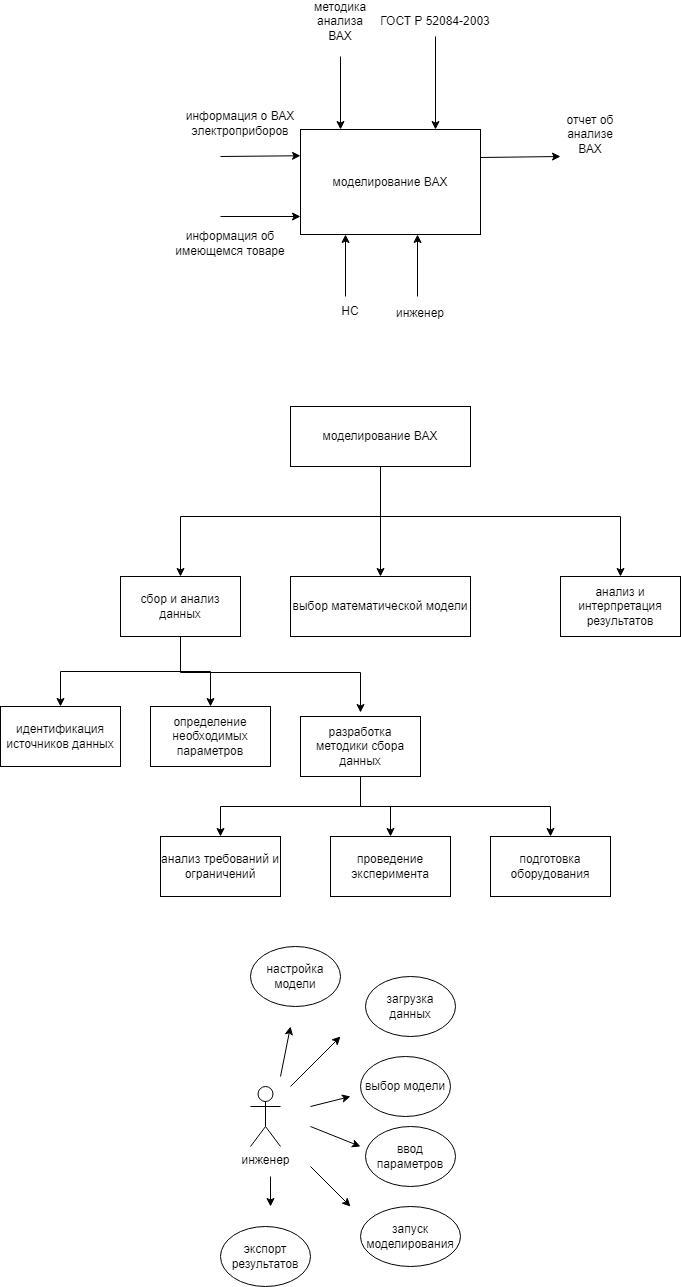
Above: diagram.drawio.png in DiKachura/tppo (draw.io), before the change. Source tidied: cells renumbered, new cells last; positions are measured from the earlier drawing's top-left corner, leaving out a move shared by most shapes.
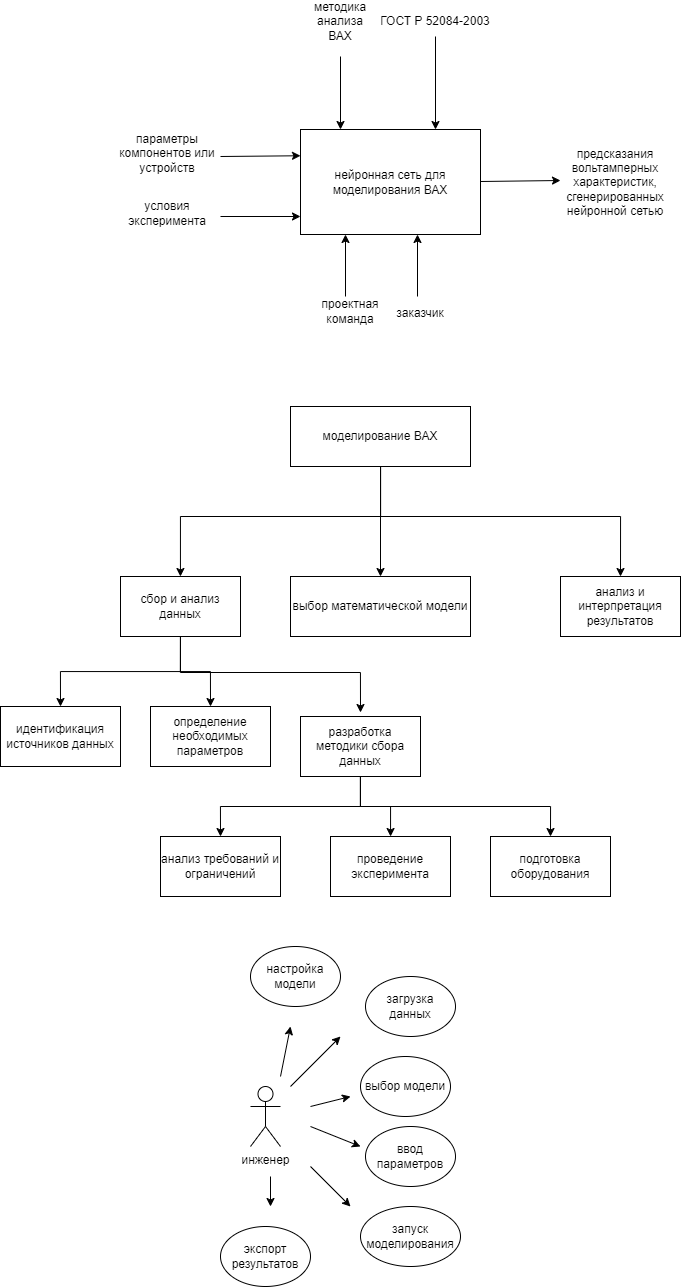
After the change.

Commit message:
Обновление черного ящика

What changed in the source:
```diff
@@ -2,7 +2,7 @@
   <root>
     <mxCell id="0" />
     <mxCell id="1" parent="0" />
-    <mxCell id="2" value="моделирование ВАХ" style="rounded=0;whiteSpace=wrap;html=1;" parent="1" vertex="1">
+    <mxCell id="2" value="нейронная сеть для моделирования ВАХ" style="rounded=0;whiteSpace=wrap;html=1;" parent="1" vertex="1">
       <mxGeometry x="300" y="123" width="180" height="105" as="geometry" />
     </mxCell>
     <mxCell id="3" style="endArrow=classic;html=1;rounded=0;entryX=0;entryY=0.25;entryDx=0;entryDy=0;" parent="1" edge="1" target="2">
@@ -16,19 +16,16 @@
         <mxPoint x="300" y="210" as="targetPoint" />
       </mxGeometry>
     </mxCell>
-    <mxCell id="5" value="информация о ВАХ электроприборов" style="text;html=1;strokeColor=none;fillColor=none;align=center;verticalAlign=middle;whiteSpace=wrap;rounded=0;" parent="1" vertex="1">
-      <mxGeometry x="180" y="90" width="120" height="53" as="geometry" />
+    <mxCell id="5" value="параметры компонентов или устройств" style="text;html=1;strokeColor=none;fillColor=none;align=center;verticalAlign=middle;whiteSpace=wrap;rounded=0;" parent="1" vertex="1">
+      <mxGeometry x="107" y="120.5" width="120" height="53" as="geometry" />
     </mxCell>
-    <mxCell id="6" value="информация об имеющемся товаре" style="text;html=1;strokeColor=none;fillColor=none;align=center;verticalAlign=middle;whiteSpace=wrap;rounded=0;" parent="1" vertex="1">
-      <mxGeometry x="170" y="210" width="120" height="53" as="geometry" />
-    </mxCell>
-    <mxCell id="7" value="НС" style="text;html=1;strokeColor=none;fillColor=none;align=center;verticalAlign=middle;whiteSpace=wrap;rounded=0;" parent="1" vertex="1">
+    <mxCell id="7" value="проектная команда" style="text;html=1;strokeColor=none;fillColor=none;align=center;verticalAlign=middle;whiteSpace=wrap;rounded=0;" parent="1" vertex="1">
       <mxGeometry x="320" y="290" width="60" height="30" as="geometry" />
     </mxCell>
     <mxCell id="8" style="endArrow=classic;html=1;rounded=0;entryX=0;entryY=0.25;entryDx=0;entryDy=0;" parent="1" edge="1">
       <mxGeometry relative="1" as="geometry">
-        <mxPoint x="480" y="151" as="sourcePoint" />
-        <mxPoint x="560" y="150" as="targetPoint" />
+        <mxPoint x="480" y="175" as="sourcePoint" />
+        <mxPoint x="560" y="174" as="targetPoint" />
       </mxGeometry>
     </mxCell>
     <mxCell id="9" style="endArrow=classic;html=1;rounded=0;entryX=0.5;entryY=0;entryDx=0;entryDy=0;" parent="1" edge="1">
@@ -40,8 +37,8 @@
     <mxCell id="10" value="методика анализа ВАХ" style="text;html=1;strokeColor=none;fillColor=none;align=center;verticalAlign=middle;whiteSpace=wrap;rounded=0;" parent="1" vertex="1">
       <mxGeometry x="310" width="60" height="30" as="geometry" />
     </mxCell>
-    <mxCell id="11" value="отчет об анализе ВАХ" style="text;html=1;strokeColor=none;fillColor=none;align=center;verticalAlign=middle;whiteSpace=wrap;rounded=0;" parent="1" vertex="1">
-      <mxGeometry x="560" y="113" width="60" height="30" as="geometry" />
+    <mxCell id="11" value="предсказания вольтамперных характеристик, сгенерированных нейронной сетью" style="text;html=1;strokeColor=none;fillColor=none;align=center;verticalAlign=middle;whiteSpace=wrap;rounded=0;" parent="1" vertex="1">
+      <mxGeometry x="585" y="161" width="60" height="30" as="geometry" />
     </mxCell>
     <mxCell id="12" style="edgeStyle=orthogonalEdgeStyle;rounded=0;jettySize=auto;html=1;entryX=0.75;entryY=0;entryDx=0;entryDy=0;" parent="1" edge="1" source="13" target="2">
       <mxGeometry relative="1" as="geometry" />
@@ -144,7 +141,7 @@
         <mxPoint x="417" y="228" as="targetPoint" />
       </mxGeometry>
     </mxCell>
-    <mxCell id="35" value="инженер" style="text;html=1;strokeColor=none;fillColor=none;align=center;verticalAlign=middle;whiteSpace=wrap;rounded=0;" parent="1" vertex="1">
+    <mxCell id="35" value="заказчик" style="text;html=1;strokeColor=none;fillColor=none;align=center;verticalAlign=middle;whiteSpace=wrap;rounded=0;" parent="1" vertex="1">
       <mxGeometry x="390" y="292" width="60" height="30" as="geometry" />
     </mxCell>
     <mxCell id="36" value="инженер" style="shape=umlActor;verticalLabelPosition=bottom;verticalAlign=top;html=1;" parent="1" vertex="1">
@@ -204,5 +201,8 @@
         <mxPoint x="270" y="1200" as="targetPoint" />
       </mxGeometry>
     </mxCell>
+    <mxCell id="49" value="условия эксперимента" style="text;html=1;strokeColor=none;fillColor=none;align=center;verticalAlign=middle;whiteSpace=wrap;rounded=0;" parent="1" vertex="1">
+      <mxGeometry x="107" y="180" width="120" height="53" as="geometry" />
+    </mxCell>
   </root>
 </mxGraphModel>
```
